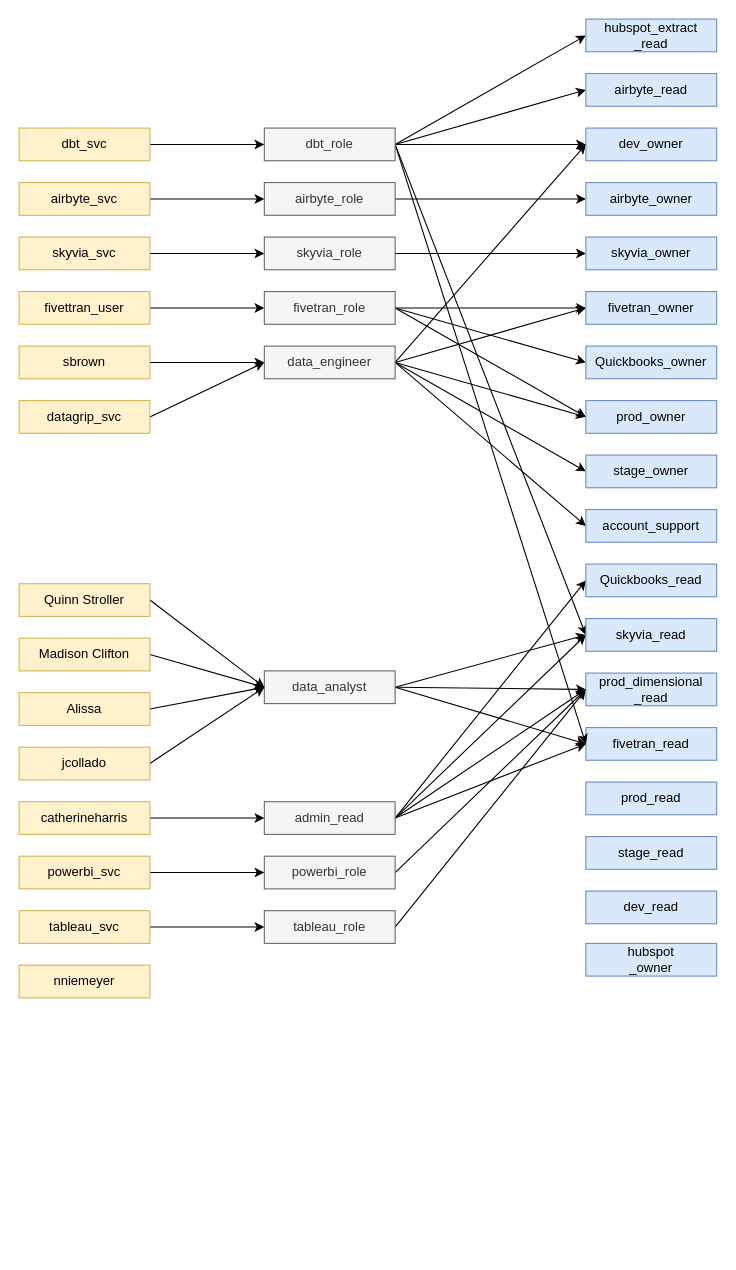
samsolo512/transactly keeps this draw.io diagram as Documentation/Snowflake Security Diagram.drawio. Above is the earlier version. Source tidied: cells renumbered, new cells numbered last; positions are measured from the earlier drawing's top-left corner, leaving out a move shared by most shapes. Both pictures are drawn from the tidied source at 109%, with x=0, y=0 at pixel (19, 19).
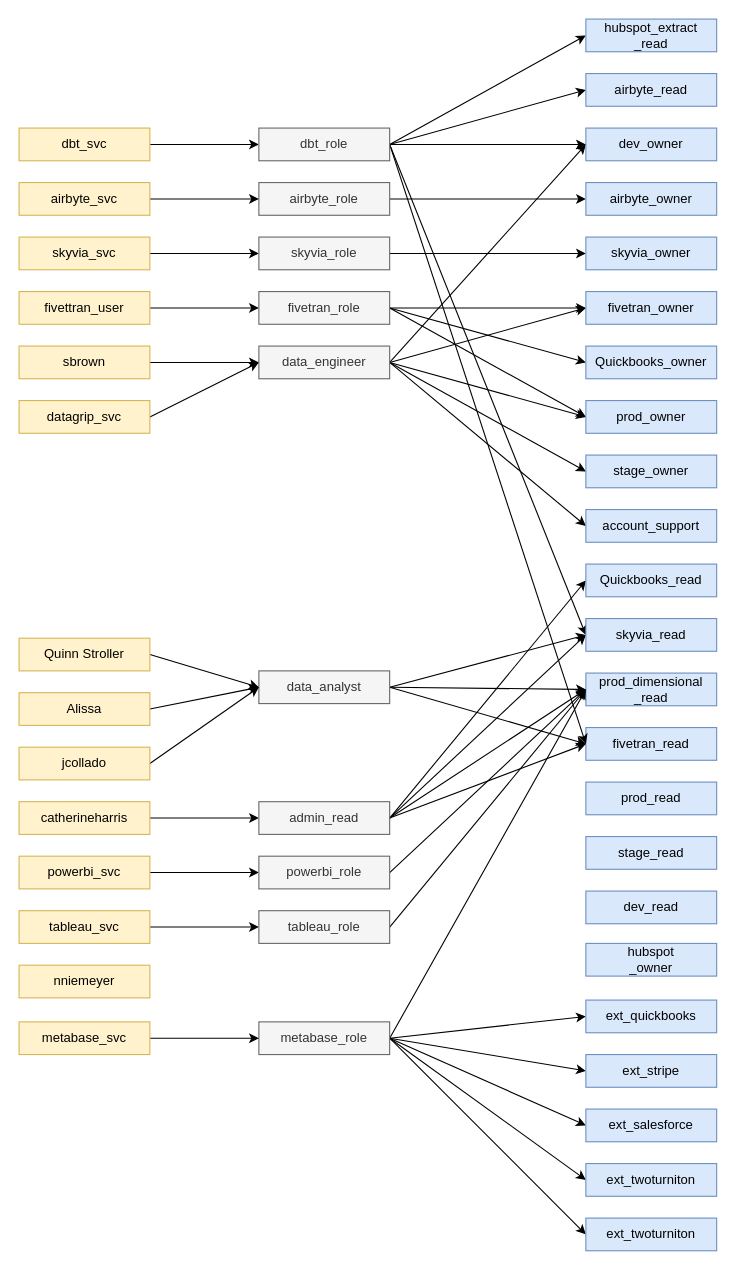
Above is the later version.

Commit message (it also covers changes not shown here):
add user metabase_svc and applicable roles

The change refers to these unchanged cells:
```xml
<mxCell id="33" value="prod_dimensional&lt;br&gt;_read" style="rounded=0;whiteSpace=wrap;html=1;fillColor=#dae8fc;strokeColor=#6c8ebf;" parent="1" vertex="1">
  <mxGeometry x="520" y="600" width="120" height="30" as="geometry" />
</mxCell>
```

Diff of the diagram source:
```diff
@@
     <mxCell id="18" value="data_engineer" style="rounded=0;whiteSpace=wrap;html=1;fillColor=#f5f5f5;fontColor=#333333;strokeColor=#666666;" parent="1" vertex="1">
-      <mxGeometry x="225" y="300" width="120" height="30" as="geometry" />
+      <mxGeometry x="220" y="300" width="120" height="30" as="geometry" />
     </mxCell>
@@
     <mxCell id="22" value="fivetran_role" style="rounded=0;whiteSpace=wrap;html=1;fillColor=#f5f5f5;fontColor=#333333;strokeColor=#666666;" parent="1" vertex="1">
-      <mxGeometry x="225" y="250" width="120" height="30" as="geometry" />
+      <mxGeometry x="220" y="250" width="120" height="30" as="geometry" />
     </mxCell>
@@
     <mxCell id="24" value="powerbi_role" style="rounded=0;whiteSpace=wrap;html=1;fillColor=#f5f5f5;fontColor=#333333;strokeColor=#666666;" parent="1" vertex="1">
-      <mxGeometry x="225" y="768" width="120" height="30" as="geometry" />
+      <mxGeometry x="220" y="768" width="120" height="30" as="geometry" />
     </mxCell>
@@
     <mxCell id="26" value="tableau_role" style="rounded=0;whiteSpace=wrap;html=1;fillColor=#f5f5f5;fontColor=#333333;strokeColor=#666666;" parent="1" vertex="1">
-      <mxGeometry x="225" y="818" width="120" height="30" as="geometry" />
+      <mxGeometry x="220" y="818" width="120" height="30" as="geometry" />
     </mxCell>
@@
     <mxCell id="39" value="data_analyst" style="rounded=0;whiteSpace=wrap;html=1;fillColor=#f5f5f5;fontColor=#333333;strokeColor=#666666;" parent="1" vertex="1">
-      <mxGeometry x="225" y="598" width="120" height="30" as="geometry" />
+      <mxGeometry x="220" y="598" width="120" height="30" as="geometry" />
     </mxCell>
@@
     <mxCell id="44" value="admin_read" style="rounded=0;whiteSpace=wrap;html=1;fillColor=#f5f5f5;fontColor=#333333;strokeColor=#666666;" parent="1" vertex="1">
-      <mxGeometry x="225" y="718" width="120" height="30" as="geometry" />
+      <mxGeometry x="220" y="718" width="120" height="30" as="geometry" />
     </mxCell>
@@
     <mxCell id="47" value="airbyte_role" style="rounded=0;whiteSpace=wrap;html=1;fillColor=#f5f5f5;fontColor=#333333;strokeColor=#666666;" parent="1" vertex="1">
-      <mxGeometry x="225" y="150" width="120" height="30" as="geometry" />
+      <mxGeometry x="220" y="150" width="120" height="30" as="geometry" />
     </mxCell>
@@
     <mxCell id="56" value="Quinn Stroller" style="rounded=0;whiteSpace=wrap;html=1;fillColor=#fff2cc;strokeColor=#d6b656;" parent="1" vertex="1">
-      <mxGeometry y="518" width="120" height="30" as="geometry" />
+      <mxGeometry y="568" width="120" height="30" as="geometry" />
     </mxCell>
-    <mxCell id="57" style="edgeStyle=none;rounded=0;jettySize=auto;html=1;entryX=0;entryY=0.5;entryDx=0;entryDy=0;exitX=1;exitY=0.5;exitDx=0;exitDy=0;" parent="1" edge="1" source="58" target="39">
-      <mxGeometry relative="1" as="geometry" />
-    </mxCell>
-    <mxCell id="58" value="Madison Clifton" style="rounded=0;whiteSpace=wrap;html=1;fillColor=#fff2cc;strokeColor=#d6b656;" parent="1" vertex="1">
-      <mxGeometry y="568" width="120" height="30" as="geometry" />
-    </mxCell>
@@
     <mxCell id="60" value="skyvia_role" style="rounded=0;whiteSpace=wrap;html=1;fillColor=#f5f5f5;fontColor=#333333;strokeColor=#666666;" parent="1" vertex="1">
-      <mxGeometry x="225" y="200" width="120" height="30" as="geometry" />
+      <mxGeometry x="220" y="200" width="120" height="30" as="geometry" />
     </mxCell>
@@
     <mxCell id="66" value="dbt_role" style="rounded=0;whiteSpace=wrap;html=1;fillColor=#f5f5f5;fontColor=#333333;strokeColor=#666666;" parent="1" vertex="1">
-      <mxGeometry x="225" y="100" width="120" height="30" as="geometry" />
+      <mxGeometry x="220" y="100" width="120" height="30" as="geometry" />
     </mxCell>
@@
+    <mxCell id="80" style="rounded=0;jettySize=auto;html=1;entryX=0;entryY=0.5;entryDx=0;entryDy=0;exitX=1;exitY=0.5;exitDx=0;exitDy=0;" parent="1" edge="1" source="86" target="33">
+      <mxGeometry relative="1" as="geometry" />
+    </mxCell>
+    <mxCell id="81" style="edgeStyle=none;rounded=0;jettySize=auto;html=1;entryX=0;entryY=0.5;entryDx=0;entryDy=0;exitX=1;exitY=0.5;exitDx=0;exitDy=0;" parent="1" edge="1" source="86" target="89">
+      <mxGeometry relative="1" as="geometry" />
+    </mxCell>
+    <mxCell id="82" style="edgeStyle=none;rounded=0;jettySize=auto;html=1;entryX=0;entryY=0.5;entryDx=0;entryDy=0;exitX=1;exitY=0.5;exitDx=0;exitDy=0;" parent="1" edge="1" source="86" target="90">
+      <mxGeometry relative="1" as="geometry" />
+    </mxCell>
+    <mxCell id="83" style="edgeStyle=none;rounded=0;jettySize=auto;html=1;entryX=0;entryY=0.5;entryDx=0;entryDy=0;exitX=1;exitY=0.5;exitDx=0;exitDy=0;" parent="1" edge="1" source="86" target="92">
+      <mxGeometry relative="1" as="geometry" />
+    </mxCell>
+    <mxCell id="84" style="edgeStyle=none;rounded=0;jettySize=auto;html=1;entryX=0;entryY=0.5;entryDx=0;entryDy=0;exitX=1;exitY=0.5;exitDx=0;exitDy=0;" parent="1" edge="1" source="86" target="91">
+      <mxGeometry relative="1" as="geometry" />
+    </mxCell>
+    <mxCell id="85" style="edgeStyle=none;rounded=0;jettySize=auto;html=1;entryX=0;entryY=0.5;entryDx=0;entryDy=0;exitX=1;exitY=0.5;exitDx=0;exitDy=0;" parent="1" edge="1" source="86" target="93">
+      <mxGeometry relative="1" as="geometry" />
+    </mxCell>
+    <mxCell id="86" value="metabase_role" style="rounded=0;whiteSpace=wrap;html=1;fillColor=#f5f5f5;fontColor=#333333;strokeColor=#666666;" parent="1" vertex="1">
+      <mxGeometry x="220" y="920" width="120" height="30" as="geometry" />
+    </mxCell>
+    <mxCell id="87" style="edgeStyle=orthogonalEdgeStyle;rounded=0;jettySize=auto;html=1;entryX=0;entryY=0.5;entryDx=0;entryDy=0;" parent="1" edge="1" source="88" target="86">
+      <mxGeometry relative="1" as="geometry" />
+    </mxCell>
+    <mxCell id="88" value="metabase_svc" style="rounded=0;whiteSpace=wrap;html=1;fillColor=#fff2cc;strokeColor=#d6b656;" parent="1" vertex="1">
+      <mxGeometry y="920" width="120" height="30" as="geometry" />
+    </mxCell>
+    <mxCell id="89" value="ext_quickbooks" style="rounded=0;whiteSpace=wrap;html=1;fillColor=#dae8fc;strokeColor=#6c8ebf;" parent="1" vertex="1">
+      <mxGeometry x="520" y="900" width="120" height="30" as="geometry" />
+    </mxCell>
+    <mxCell id="90" value="ext_stripe" style="rounded=0;whiteSpace=wrap;html=1;fillColor=#dae8fc;strokeColor=#6c8ebf;" parent="1" vertex="1">
+      <mxGeometry x="520" y="950" width="120" height="30" as="geometry" />
+    </mxCell>
+    <mxCell id="91" value="ext_twoturniton" style="rounded=0;whiteSpace=wrap;html=1;fillColor=#dae8fc;strokeColor=#6c8ebf;" parent="1" vertex="1">
+      <mxGeometry x="520" y="1050" width="120" height="30" as="geometry" />
+    </mxCell>
+    <mxCell id="92" value="ext_salesforce" style="rounded=0;whiteSpace=wrap;html=1;fillColor=#dae8fc;strokeColor=#6c8ebf;" parent="1" vertex="1">
+      <mxGeometry x="520" y="1000" width="120" height="30" as="geometry" />
+    </mxCell>
+    <mxCell id="93" value="ext_twoturniton" style="rounded=0;whiteSpace=wrap;html=1;fillColor=#dae8fc;strokeColor=#6c8ebf;" parent="1" vertex="1">
+      <mxGeometry x="520" y="1100" width="120" height="30" as="geometry" />
+    </mxCell>
```
